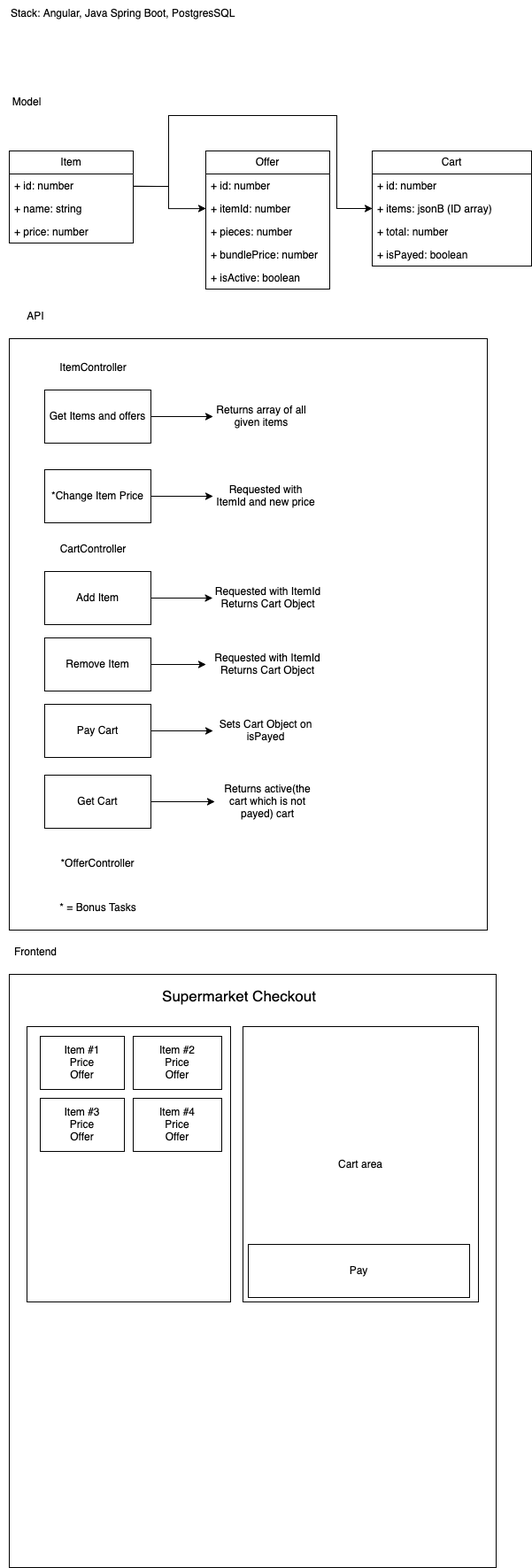
This is docs/planning-notes.png from Amannti/supermarket-checkout, a draw.io export, as it was before one commit. Source tidied: cells renumbered, new cells last; positions are measured from the earlier drawing's top-left corner, leaving out a move shared by most shapes.
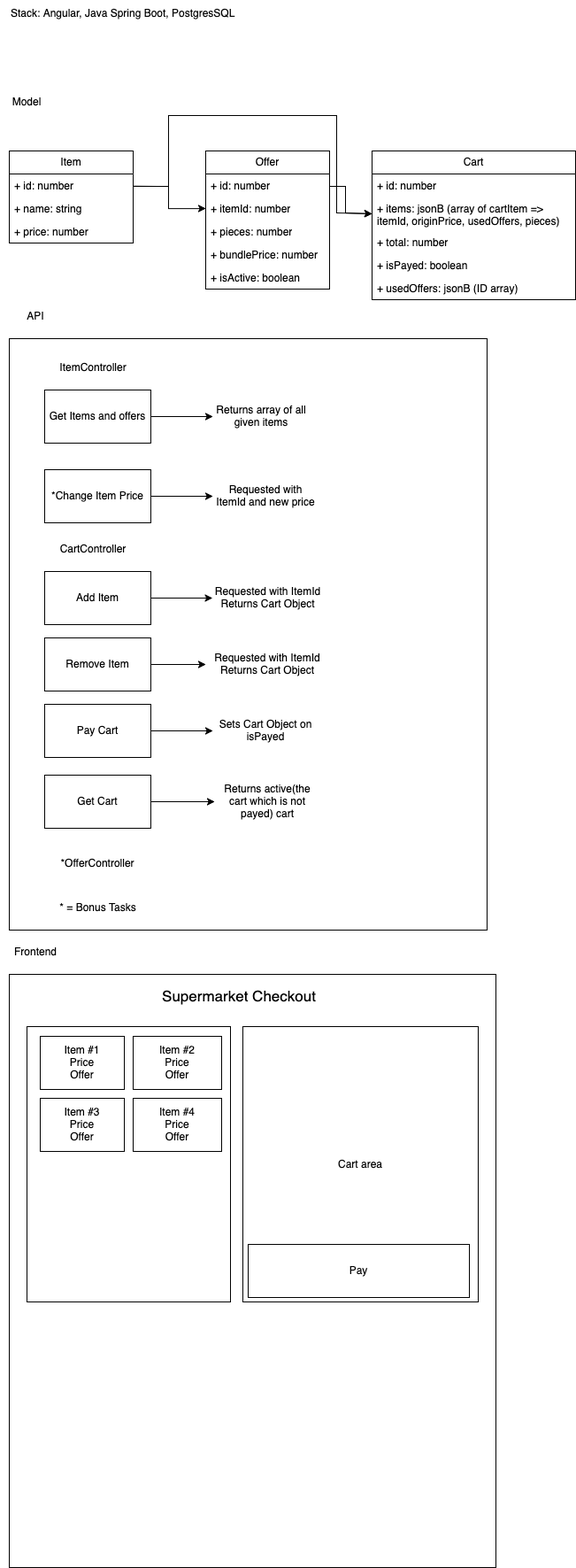
Later version of the same file.

Change to the diagram source:
```diff
@@ -78,20 +78,23 @@
       <mxGeometry x="50" y="795" width="120" height="60" as="geometry" />
     </mxCell>
     <mxCell id="25" value="Cart" style="swimlane;fontStyle=0;horizontal=1;startSize=26;fillColor=none;whiteSpace=wrap;html=1;" parent="1" vertex="1">
-      <mxGeometry x="420" y="170" width="180" height="130" as="geometry" />
+      <mxGeometry x="420" y="170" width="230" height="168" as="geometry" />
     </mxCell>
     <mxCell id="26" value="+ id: number" style="text;strokeColor=none;fillColor=none;align=left;verticalAlign=top;spacingLeft=4;spacingRight=4;overflow=hidden;whiteSpace=wrap;html=1;" parent="25" vertex="1">
-      <mxGeometry y="26" width="180" height="26" as="geometry" />
+      <mxGeometry y="26" width="230" height="26" as="geometry" />
     </mxCell>
-    <mxCell id="27" value="+ items: jsonB (ID array)" style="text;strokeColor=none;fillColor=none;align=left;verticalAlign=top;spacingLeft=4;spacingRight=4;overflow=hidden;points=[[0,0.5],[1,0.5]];portConstraint=eastwest;whiteSpace=wrap;html=1;" parent="25" vertex="1">
-      <mxGeometry y="52" width="180" height="26" as="geometry" />
+    <mxCell id="27" value="+ items: jsonB (array of cartItem =&amp;gt; itemId, originPrice, usedOffers, pieces)" style="text;strokeColor=none;fillColor=none;align=left;verticalAlign=top;spacingLeft=4;spacingRight=4;overflow=hidden;points=[[0,0.5],[1,0.5]];portConstraint=eastwest;whiteSpace=wrap;html=1;" parent="25" vertex="1">
+      <mxGeometry y="52" width="230" height="38" as="geometry" />
     </mxCell>
     <mxCell id="28" value="+ total: number" style="text;strokeColor=none;fillColor=none;align=left;verticalAlign=top;spacingLeft=4;spacingRight=4;overflow=hidden;whiteSpace=wrap;html=1;" parent="25" vertex="1">
-      <mxGeometry y="78" width="180" height="26" as="geometry" />
+      <mxGeometry y="90" width="230" height="26" as="geometry" />
     </mxCell>
     <mxCell id="29" value="+ isPayed: boolean" style="text;strokeColor=none;fillColor=none;align=left;verticalAlign=top;spacingLeft=4;spacingRight=4;overflow=hidden;whiteSpace=wrap;html=1;" parent="25" vertex="1">
-      <mxGeometry y="104" width="180" height="26" as="geometry" />
+      <mxGeometry y="116" width="230" height="26" as="geometry" />
     </mxCell>
+    <mxCell id="55" value="+ usedOffers: jsonB (ID array)" style="text;strokeColor=none;fillColor=none;align=left;verticalAlign=top;spacingLeft=4;spacingRight=4;overflow=hidden;whiteSpace=wrap;html=1;" parent="25" vertex="1">
+      <mxGeometry y="142" width="230" height="26" as="geometry" />
+    </mxCell>
     <mxCell id="30" style="endArrow=classic;html=1;rounded=0;entryX=0;entryY=0.5;entryDx=0;entryDy=0;" parent="1" edge="1" target="27">
       <mxGeometry relative="1" as="geometry">
         <mxPoint x="150" y="210" as="sourcePoint" />
@@ -100,7 +103,7 @@
           <mxPoint x="190" y="130" />
           <mxPoint x="290" y="130" />
           <mxPoint x="380" y="130" />
-          <mxPoint x="380" y="235" />
+          <mxPoint x="380" y="240" />
         </Array>
       </mxGeometry>
     </mxCell>
@@ -176,5 +179,14 @@
     <mxCell id="54" value="Pay" style="rounded=0;whiteSpace=wrap;html=1;" parent="1" vertex="1">
       <mxGeometry x="280" y="1405" width="250" height="60" as="geometry" />
     </mxCell>
+    <mxCell id="56" style="endArrow=classic;html=1;rounded=0;entryX=0;entryY=0.5;entryDx=0;entryDy=0;" parent="1" edge="1" target="27">
+      <mxGeometry relative="1" as="geometry">
+        <mxPoint x="372" y="210" as="sourcePoint" />
+        <Array as="points">
+          <mxPoint x="390" y="210" />
+          <mxPoint x="390" y="240" />
+        </Array>
+      </mxGeometry>
+    </mxCell>
   </root>
 </mxGraphModel>
```
